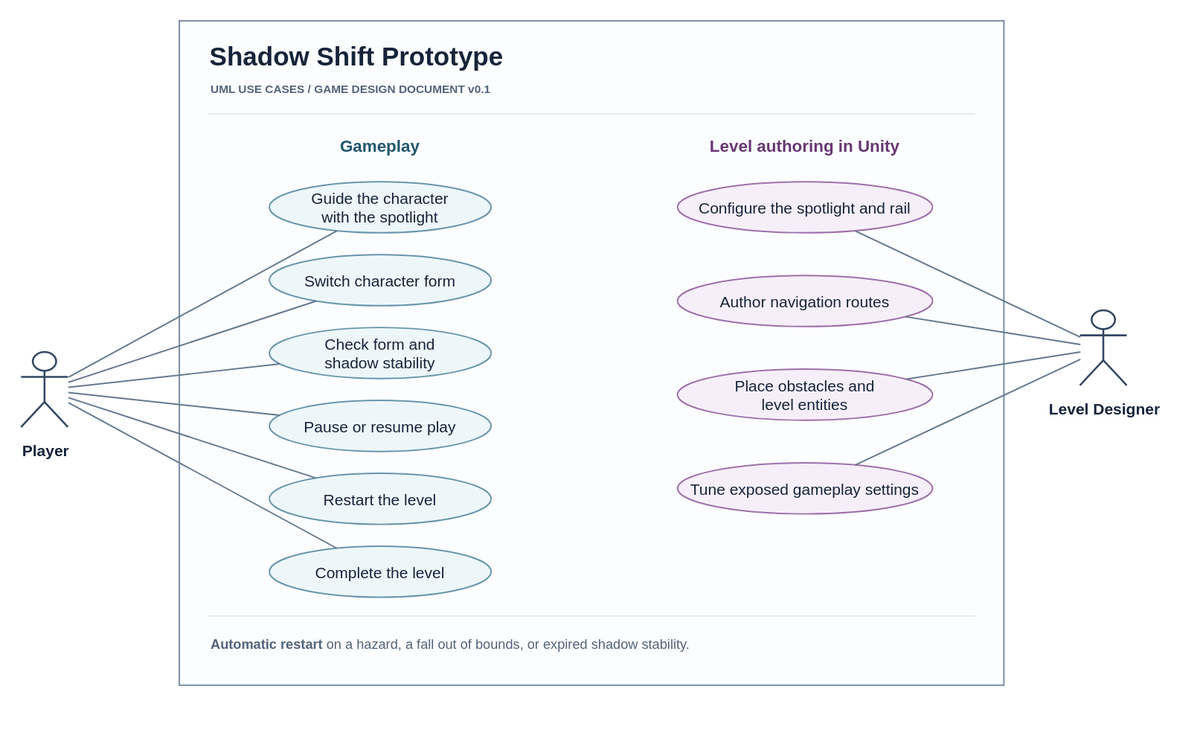
This is Docs/Architecture/UML/shadow-shift-use-cases.drawio.svg from YYchainsAw/shadow-shift, a draw.io export, as it was before one commit. Source tidied: cells renumbered, new cells last; positions are measured from the earlier drawing's top-left corner, leaving out a move shared by most shapes.
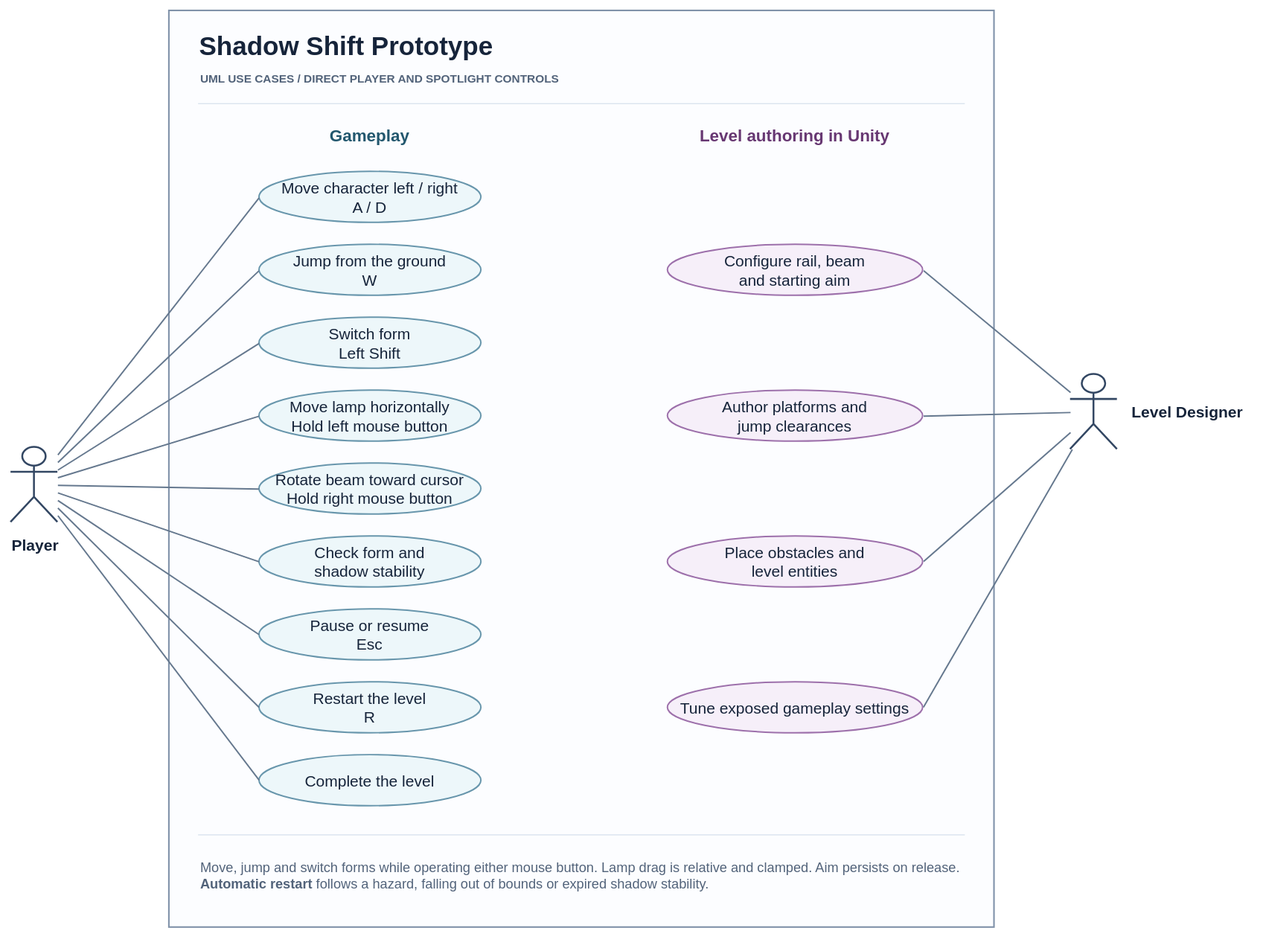
Above is the later version.

Commit message:
docs: align design and UML with direct player controls

The edit, as a diff of the source:
```diff
@@ -3,12 +3,12 @@
     <mxCell id="0" />
     <mxCell id="1" parent="0" />
     <mxCell id="2" style="rounded=0;html=1;fontFamily=Arial;strokeColor=#8092a9;strokeWidth=1.5;fillColor=#fcfdff;" parent="1" vertex="1">
-      <mxGeometry x="152" width="792" height="638" as="geometry" />
+      <mxGeometry x="152" width="792" height="880" as="geometry" />
     </mxCell>
     <mxCell id="3" value="Shadow Shift Prototype" style="text;align=left;verticalAlign=middle;whiteSpace=wrap;html=1;fontFamily=Arial;fontColor=#16243a;fontSize=25;fontStyle=1;" parent="2" vertex="1">
       <mxGeometry x="27" y="15" width="738" height="35" as="geometry" />
     </mxCell>
-    <mxCell id="4" value="UML USE CASES  /  GAME DESIGN DOCUMENT v0.1" style="text;align=left;verticalAlign=middle;whiteSpace=wrap;html=1;fontFamily=Arial;fontColor=#52637a;fontSize=11;fontStyle=1;" parent="2" vertex="1">
+    <mxCell id="4" value="UML USE CASES  /  DIRECT PLAYER AND SPOTLIGHT CONTROLS" style="text;align=left;verticalAlign=middle;whiteSpace=wrap;html=1;fontFamily=Arial;fontColor=#52637a;fontSize=11;fontStyle=1;" parent="2" vertex="1">
       <mxGeometry x="28" y="54" width="736" height="22" as="geometry" />
     </mxCell>
     <mxCell id="5" style="rounded=0;html=1;fontFamily=Arial;strokeColor=none;fillColor=#dae4ee;" parent="2" vertex="1">
@@ -20,77 +20,134 @@
     <mxCell id="7" value="Level authoring in Unity" style="text;align=left;verticalAlign=middle;whiteSpace=wrap;html=1;fontFamily=Arial;align=center;fontColor=#673772;fontSize=16;fontStyle=1;" parent="2" vertex="1">
       <mxGeometry x="478" y="104" width="245" height="32" as="geometry" />
     </mxCell>
-    <mxCell id="8" value="Guide the character&lt;br&gt;with the spotlight" style="ellipse;perimeter=ellipsePerimeter;html=1;fontFamily=Arial;align=center;verticalAlign=middle;whiteSpace=wrap;fontSize=15;fontColor=#16243a;strokeWidth=1.4;strokeColor=#6896ac;fillColor=#edf7fa;" parent="2" vertex="1">
-      <mxGeometry x="86" y="154" width="213" height="49" as="geometry" />
+    <mxCell id="8" value="Move lamp horizontally&lt;br&gt;Hold left mouse button" style="ellipse;perimeter=ellipsePerimeter;html=1;fontFamily=Arial;align=center;verticalAlign=middle;whiteSpace=wrap;fontSize=15;fontColor=#16243a;strokeWidth=1.4;strokeColor=#6896ac;fillColor=#edf7fa;" parent="2" vertex="1">
+      <mxGeometry x="86" y="364" width="213" height="49" as="geometry" />
     </mxCell>
+    <mxCell id="32" style="html=1;shape=ellipse;opacity=0;strokeColor=none;fillColor=none;" parent="8" vertex="1">
+      <mxGeometry y="0.5" width="1" height="1" relative="1" as="geometry" />
+    </mxCell>
-    <mxCell id="9" value="Switch character form" style="ellipse;perimeter=ellipsePerimeter;html=1;fontFamily=Arial;align=center;verticalAlign=middle;whiteSpace=wrap;fontSize=15;fontColor=#16243a;strokeWidth=1.4;strokeColor=#6896ac;fillColor=#edf7fa;" parent="2" vertex="1">
-      <mxGeometry x="86" y="224" width="213" height="49" as="geometry" />
+    <mxCell id="9" value="Switch form&lt;br&gt;Left Shift" style="ellipse;perimeter=ellipsePerimeter;html=1;fontFamily=Arial;align=center;verticalAlign=middle;whiteSpace=wrap;fontSize=15;fontColor=#16243a;strokeWidth=1.4;strokeColor=#6896ac;fillColor=#edf7fa;" parent="2" vertex="1">
+      <mxGeometry x="86" y="294" width="213" height="49" as="geometry" />
     </mxCell>
+    <mxCell id="33" style="html=1;shape=ellipse;opacity=0;strokeColor=none;fillColor=none;" parent="9" vertex="1">
+      <mxGeometry y="0.5" width="1" height="1" relative="1" as="geometry" />
+    </mxCell>
     <mxCell id="10" value="Check form and&lt;br&gt;shadow stability" style="ellipse;perimeter=ellipsePerimeter;html=1;fontFamily=Arial;align=center;verticalAlign=middle;whiteSpace=wrap;fontSize=15;fontColor=#16243a;strokeWidth=1.4;strokeColor=#6896ac;fillColor=#edf7fa;" parent="2" vertex="1">
-      <mxGeometry x="86" y="294" width="213" height="49" as="geometry" />
+      <mxGeometry x="86" y="504" width="213" height="49" as="geometry" />
     </mxCell>
+    <mxCell id="34" style="html=1;shape=ellipse;opacity=0;strokeColor=none;fillColor=none;" parent="10" vertex="1">
+      <mxGeometry y="0.5" width="1" height="1" relative="1" as="geometry" />
+    </mxCell>
-    <mxCell id="11" value="Pause or resume play" style="ellipse;perimeter=ellipsePerimeter;html=1;fontFamily=Arial;align=center;verticalAlign=middle;whiteSpace=wrap;fontSize=15;fontColor=#16243a;strokeWidth=1.4;strokeColor=#6896ac;fillColor=#edf7fa;" parent="2" vertex="1">
-      <mxGeometry x="86" y="364" width="213" height="49" as="geometry" />
+    <mxCell id="11" value="Pause or resume&lt;br&gt;Esc" style="ellipse;perimeter=ellipsePerimeter;html=1;fontFamily=Arial;align=center;verticalAlign=middle;whiteSpace=wrap;fontSize=15;fontColor=#16243a;strokeWidth=1.4;strokeColor=#6896ac;fillColor=#edf7fa;" parent="2" vertex="1">
+      <mxGeometry x="86" y="574" width="213" height="49" as="geometry" />
     </mxCell>
+    <mxCell id="35" style="html=1;shape=ellipse;opacity=0;strokeColor=none;fillColor=none;" parent="11" vertex="1">
+      <mxGeometry y="0.5" width="1" height="1" relative="1" as="geometry" />
+    </mxCell>
-    <mxCell id="12" value="Restart the level" style="ellipse;perimeter=ellipsePerimeter;html=1;fontFamily=Arial;align=center;verticalAlign=middle;whiteSpace=wrap;fontSize=15;fontColor=#16243a;strokeWidth=1.4;strokeColor=#6896ac;fillColor=#edf7fa;" parent="2" vertex="1">
-      <mxGeometry x="86" y="434" width="213" height="49" as="geometry" />
+    <mxCell id="12" value="Restart the level&lt;br&gt;R" style="ellipse;perimeter=ellipsePerimeter;html=1;fontFamily=Arial;align=center;verticalAlign=middle;whiteSpace=wrap;fontSize=15;fontColor=#16243a;strokeWidth=1.4;strokeColor=#6896ac;fillColor=#edf7fa;" parent="2" vertex="1">
+      <mxGeometry x="86" y="644" width="213" height="49" as="geometry" />
     </mxCell>
+    <mxCell id="36" style="html=1;shape=ellipse;opacity=0;strokeColor=none;fillColor=none;" parent="12" vertex="1">
+      <mxGeometry y="0.5" width="1" height="1" relative="1" as="geometry" />
+    </mxCell>
     <mxCell id="13" value="Complete the level" style="ellipse;perimeter=ellipsePerimeter;html=1;fontFamily=Arial;align=center;verticalAlign=middle;whiteSpace=wrap;fontSize=15;fontColor=#16243a;strokeWidth=1.4;strokeColor=#6896ac;fillColor=#edf7fa;" parent="2" vertex="1">
-      <mxGeometry x="86" y="504" width="213" height="49" as="geometry" />
+      <mxGeometry x="86" y="714" width="213" height="49" as="geometry" />
     </mxCell>
+    <mxCell id="37" style="html=1;shape=ellipse;opacity=0;strokeColor=none;fillColor=none;" parent="13" vertex="1">
+      <mxGeometry y="0.5" width="1" height="1" relative="1" as="geometry" />
+    </mxCell>
-    <mxCell id="14" value="Configure the spotlight and rail" style="ellipse;perimeter=ellipsePerimeter;html=1;fontFamily=Arial;align=center;verticalAlign=middle;whiteSpace=wrap;fontSize=15;fontColor=#16243a;strokeWidth=1.4;strokeColor=#9d70ab;fillColor=#f6eff9;" parent="2" vertex="1">
-      <mxGeometry x="478" y="154" width="245" height="49" as="geometry" />
+    <mxCell id="14" value="Configure rail, beam&lt;br&gt;and starting aim" style="ellipse;perimeter=ellipsePerimeter;html=1;fontFamily=Arial;align=center;verticalAlign=middle;whiteSpace=wrap;fontSize=15;fontColor=#16243a;strokeWidth=1.4;strokeColor=#9d70ab;fillColor=#f6eff9;" parent="2" vertex="1">
+      <mxGeometry x="478" y="224" width="245" height="49" as="geometry" />
     </mxCell>
-    <mxCell id="15" value="Author navigation routes" style="ellipse;perimeter=ellipsePerimeter;html=1;fontFamily=Arial;align=center;verticalAlign=middle;whiteSpace=wrap;fontSize=15;fontColor=#16243a;strokeWidth=1.4;strokeColor=#9d70ab;fillColor=#f6eff9;" parent="2" vertex="1">
-      <mxGeometry x="478" y="244" width="245" height="49" as="geometry" />
-    </mxCell>
+    <mxCell id="38" style="html=1;shape=ellipse;opacity=0;strokeColor=none;fillColor=none;" parent="14" vertex="1">
+      <mxGeometry x="1" y="0.5" width="1" height="1" relative="1" as="geometry" />
+    </mxCell>
+    <mxCell id="39" value="Author platforms and&lt;br&gt;jump clearances" style="ellipse;perimeter=ellipsePerimeter;html=1;fontFamily=Arial;align=center;verticalAlign=middle;whiteSpace=wrap;fontSize=15;fontColor=#16243a;strokeWidth=1.4;strokeColor=#9d70ab;fillColor=#f6eff9;" parent="2" vertex="1">
+      <mxGeometry x="478" y="364" width="245" height="49" as="geometry" />
+    </mxCell>
+    <mxCell id="40" style="html=1;shape=ellipse;opacity=0;strokeColor=none;fillColor=none;" parent="39" vertex="1">
+      <mxGeometry x="1" y="0.5" width="1" height="1" relative="1" as="geometry" />
+    </mxCell>
     <mxCell id="16" value="Place obstacles and&lt;br&gt;level entities" style="ellipse;perimeter=ellipsePerimeter;html=1;fontFamily=Arial;align=center;verticalAlign=middle;whiteSpace=wrap;fontSize=15;fontColor=#16243a;strokeWidth=1.4;strokeColor=#9d70ab;fillColor=#f6eff9;" parent="2" vertex="1">
-      <mxGeometry x="478" y="334" width="245" height="49" as="geometry" />
+      <mxGeometry x="478" y="504" width="245" height="49" as="geometry" />
     </mxCell>
+    <mxCell id="41" style="html=1;shape=ellipse;opacity=0;strokeColor=none;fillColor=none;" parent="16" vertex="1">
+      <mxGeometry x="1" y="0.5" width="1" height="1" relative="1" as="geometry" />
+    </mxCell>
     <mxCell id="17" value="Tune exposed gameplay settings" style="ellipse;perimeter=ellipsePerimeter;html=1;fontFamily=Arial;align=center;verticalAlign=middle;whiteSpace=wrap;fontSize=15;fontColor=#16243a;strokeWidth=1.4;strokeColor=#9d70ab;fillColor=#f6eff9;" parent="2" vertex="1">
-      <mxGeometry x="478" y="424" width="245" height="49" as="geometry" />
+      <mxGeometry x="478" y="644" width="245" height="49" as="geometry" />
     </mxCell>
+    <mxCell id="42" style="html=1;shape=ellipse;opacity=0;strokeColor=none;fillColor=none;" parent="17" vertex="1">
+      <mxGeometry x="1" y="0.5" width="1" height="1" relative="1" as="geometry" />
+    </mxCell>
     <mxCell id="18" style="rounded=0;html=1;fontFamily=Arial;strokeColor=none;fillColor=#dae4ee;" parent="2" vertex="1">
-      <mxGeometry x="28" y="571" width="736" height="1" as="geometry" />
+      <mxGeometry x="28" y="791" width="736" height="1" as="geometry" />
     </mxCell>
-    <mxCell id="19" value="&lt;b&gt;Automatic restart&lt;/b&gt; on a hazard, a fall out of bounds, or expired shadow stability." style="text;align=left;verticalAlign=middle;whiteSpace=wrap;html=1;fontFamily=Arial;fontColor=#52637a;fontSize=13;" parent="2" vertex="1">
-      <mxGeometry x="28" y="582" width="736" height="31" as="geometry" />
+    <mxCell id="19" value="Move, jump and switch forms while operating either mouse button. Lamp drag is relative and clamped. Aim persists on release.&lt;br&gt;&lt;b&gt;Automatic restart&lt;/b&gt; follows a hazard, falling out of bounds or expired shadow stability." style="text;align=left;verticalAlign=middle;whiteSpace=wrap;html=1;fontFamily=Arial;fontColor=#52637a;fontSize=13;" parent="2" vertex="1">
+      <mxGeometry x="28" y="802" width="736" height="55" as="geometry" />
     </mxCell>
+    <mxCell id="43" value="Move character left / right&lt;br&gt;A / D" style="ellipse;perimeter=ellipsePerimeter;html=1;fontFamily=Arial;align=center;verticalAlign=middle;whiteSpace=wrap;fontSize=15;fontColor=#16243a;strokeWidth=1.4;strokeColor=#6896ac;fillColor=#edf7fa;" parent="2" vertex="1">
+      <mxGeometry x="86" y="154" width="213" height="49" as="geometry" />
+    </mxCell>
+    <mxCell id="44" style="html=1;shape=ellipse;opacity=0;strokeColor=none;fillColor=none;" parent="43" vertex="1">
+      <mxGeometry y="0.5" width="1" height="1" relative="1" as="geometry" />
+    </mxCell>
+    <mxCell id="45" value="Jump from the ground&lt;br&gt;W" style="ellipse;perimeter=ellipsePerimeter;html=1;fontFamily=Arial;align=center;verticalAlign=middle;whiteSpace=wrap;fontSize=15;fontColor=#16243a;strokeWidth=1.4;strokeColor=#6896ac;fillColor=#edf7fa;" parent="2" vertex="1">
+      <mxGeometry x="86" y="224" width="213" height="49" as="geometry" />
+    </mxCell>
+    <mxCell id="46" style="html=1;shape=ellipse;opacity=0;strokeColor=none;fillColor=none;" parent="45" vertex="1">
+      <mxGeometry y="0.5" width="1" height="1" relative="1" as="geometry" />
+    </mxCell>
+    <mxCell id="47" value="Rotate beam toward cursor&lt;br&gt;Hold right mouse button" style="ellipse;perimeter=ellipsePerimeter;html=1;fontFamily=Arial;align=center;verticalAlign=middle;whiteSpace=wrap;fontSize=15;fontColor=#16243a;strokeWidth=1.4;strokeColor=#6896ac;fillColor=#edf7fa;" parent="2" vertex="1">
+      <mxGeometry x="86" y="434" width="213" height="49" as="geometry" />
+    </mxCell>
+    <mxCell id="48" style="html=1;shape=ellipse;opacity=0;strokeColor=none;fillColor=none;" parent="47" vertex="1">
+      <mxGeometry y="0.5" width="1" height="1" relative="1" as="geometry" />
+    </mxCell>
     <mxCell id="20" value="Player" style="shape=umlActor;html=1;fontFamily=Arial;verticalLabelPosition=bottom;verticalAlign=top;align=center;spacingTop=7;whiteSpace=nowrap;fontStyle=1;fontSize=15;fontColor=#16243a;strokeWidth=1.8;strokeColor=#334763;fillColor=#ffffff;" parent="1" vertex="1">
-      <mxGeometry y="318" width="45" height="72" as="geometry" />
+      <mxGeometry y="419" width="45" height="72" as="geometry" />
     </mxCell>
-    <mxCell id="21" value="Level Designer" style="shape=umlActor;html=1;fontFamily=Arial;verticalLabelPosition=bottom;verticalAlign=top;align=center;spacingTop=7;whiteSpace=nowrap;fontStyle=1;fontSize=15;fontColor=#16243a;strokeWidth=1.8;strokeColor=#334763;fillColor=#ffffff;" parent="1" vertex="1">
-      <mxGeometry x="1017" y="278" width="45" height="72" as="geometry" />
+    <mxCell id="21" value="Level Designer" style="shape=umlActor;html=1;fontFamily=Arial;verticalLabelPosition=middle;labelPosition=right;verticalAlign=middle;align=left;spacingLeft=12;whiteSpace=nowrap;fontStyle=1;fontSize=15;fontColor=#16243a;strokeWidth=1.8;strokeColor=#334763;fillColor=#ffffff;" parent="1" vertex="1">
+      <mxGeometry x="1017" y="349" width="45" height="72" as="geometry" />
     </mxCell>
-    <mxCell id="22" style="noEdgeStyle=1;rounded=0;html=1;fontFamily=Arial;endArrow=none;startArrow=none;strokeColor=#65788e;strokeWidth=1.4;" parent="1" edge="1" source="20" target="8">
+    <mxCell id="22" style="noEdgeStyle=1;rounded=0;html=1;fontFamily=Arial;endArrow=none;startArrow=none;strokeColor=#65788e;strokeWidth=1.4;" parent="1" edge="1" source="20" target="32">
       <mxGeometry relative="1" as="geometry" />
     </mxCell>
-    <mxCell id="23" style="noEdgeStyle=1;rounded=0;html=1;fontFamily=Arial;endArrow=none;startArrow=none;strokeColor=#65788e;strokeWidth=1.4;" parent="1" edge="1" source="20" target="9">
+    <mxCell id="23" style="noEdgeStyle=1;rounded=0;html=1;fontFamily=Arial;endArrow=none;startArrow=none;strokeColor=#65788e;strokeWidth=1.4;" parent="1" edge="1" source="20" target="33">
       <mxGeometry relative="1" as="geometry" />
     </mxCell>
-    <mxCell id="24" style="noEdgeStyle=1;rounded=0;html=1;fontFamily=Arial;endArrow=none;startArrow=none;strokeColor=#65788e;strokeWidth=1.4;" parent="1" edge="1" source="20" target="10">
+    <mxCell id="24" style="noEdgeStyle=1;rounded=0;html=1;fontFamily=Arial;endArrow=none;startArrow=none;strokeColor=#65788e;strokeWidth=1.4;" parent="1" edge="1" source="20" target="34">
       <mxGeometry relative="1" as="geometry" />
     </mxCell>
-    <mxCell id="25" style="noEdgeStyle=1;rounded=0;html=1;fontFamily=Arial;endArrow=none;startArrow=none;strokeColor=#65788e;strokeWidth=1.4;" parent="1" edge="1" source="20" target="11">
+    <mxCell id="25" style="noEdgeStyle=1;rounded=0;html=1;fontFamily=Arial;endArrow=none;startArrow=none;strokeColor=#65788e;strokeWidth=1.4;" parent="1" edge="1" source="20" target="35">
       <mxGeometry relative="1" as="geometry" />
     </mxCell>
-    <mxCell id="26" style="noEdgeStyle=1;rounded=0;html=1;fontFamily=Arial;endArrow=none;startArrow=none;strokeColor=#65788e;strokeWidth=1.4;" parent="1" edge="1" source="20" target="12">
+    <mxCell id="26" style="noEdgeStyle=1;rounded=0;html=1;fontFamily=Arial;endArrow=none;startArrow=none;strokeColor=#65788e;strokeWidth=1.4;" parent="1" edge="1" source="20" target="36">
       <mxGeometry relative="1" as="geometry" />
     </mxCell>
-    <mxCell id="27" style="noEdgeStyle=1;rounded=0;html=1;fontFamily=Arial;endArrow=none;startArrow=none;strokeColor=#65788e;strokeWidth=1.4;" parent="1" edge="1" source="20" target="13">
+    <mxCell id="27" style="noEdgeStyle=1;rounded=0;html=1;fontFamily=Arial;endArrow=none;startArrow=none;strokeColor=#65788e;strokeWidth=1.4;" parent="1" edge="1" source="20" target="37">
       <mxGeometry relative="1" as="geometry" />
     </mxCell>
-    <mxCell id="28" style="noEdgeStyle=1;rounded=0;html=1;fontFamily=Arial;endArrow=none;startArrow=none;strokeColor=#65788e;strokeWidth=1.4;" parent="1" edge="1" source="21" target="14">
+    <mxCell id="28" style="noEdgeStyle=1;rounded=0;html=1;fontFamily=Arial;endArrow=none;startArrow=none;strokeColor=#65788e;strokeWidth=1.4;" parent="1" edge="1" source="21" target="38">
       <mxGeometry relative="1" as="geometry" />
     </mxCell>
-    <mxCell id="29" style="noEdgeStyle=1;rounded=0;html=1;fontFamily=Arial;endArrow=none;startArrow=none;strokeColor=#65788e;strokeWidth=1.4;" parent="1" edge="1" source="21" target="15">
-      <mxGeometry relative="1" as="geometry" />
-    </mxCell>
+    <mxCell id="49" style="noEdgeStyle=1;rounded=0;html=1;fontFamily=Arial;endArrow=none;startArrow=none;strokeColor=#65788e;strokeWidth=1.4;" parent="1" edge="1" source="21" target="40">
+      <mxGeometry relative="1" as="geometry" />
+    </mxCell>
-    <mxCell id="30" style="noEdgeStyle=1;rounded=0;html=1;fontFamily=Arial;endArrow=none;startArrow=none;strokeColor=#65788e;strokeWidth=1.4;" parent="1" edge="1" source="21" target="16">
+    <mxCell id="30" style="noEdgeStyle=1;rounded=0;html=1;fontFamily=Arial;endArrow=none;startArrow=none;strokeColor=#65788e;strokeWidth=1.4;" parent="1" edge="1" source="21" target="41">
       <mxGeometry relative="1" as="geometry" />
     </mxCell>
-    <mxCell id="31" style="noEdgeStyle=1;rounded=0;html=1;fontFamily=Arial;endArrow=none;startArrow=none;strokeColor=#65788e;strokeWidth=1.4;" parent="1" edge="1" source="21" target="17">
+    <mxCell id="31" style="noEdgeStyle=1;rounded=0;html=1;fontFamily=Arial;endArrow=none;startArrow=none;strokeColor=#65788e;strokeWidth=1.4;" parent="1" edge="1" source="21" target="42">
       <mxGeometry relative="1" as="geometry" />
     </mxCell>
+    <mxCell id="50" style="noEdgeStyle=1;rounded=0;html=1;fontFamily=Arial;endArrow=none;startArrow=none;strokeColor=#65788e;strokeWidth=1.4;" parent="1" edge="1" source="20" target="44">
+      <mxGeometry relative="1" as="geometry" />
+    </mxCell>
+    <mxCell id="51" style="noEdgeStyle=1;rounded=0;html=1;fontFamily=Arial;endArrow=none;startArrow=none;strokeColor=#65788e;strokeWidth=1.4;" parent="1" edge="1" source="20" target="46">
+      <mxGeometry relative="1" as="geometry" />
+    </mxCell>
+    <mxCell id="52" style="noEdgeStyle=1;rounded=0;html=1;fontFamily=Arial;endArrow=none;startArrow=none;strokeColor=#65788e;strokeWidth=1.4;" parent="1" edge="1" source="20" target="48">
+      <mxGeometry relative="1" as="geometry" />
+    </mxCell>
   </root>
 </mxGraphModel>
```
